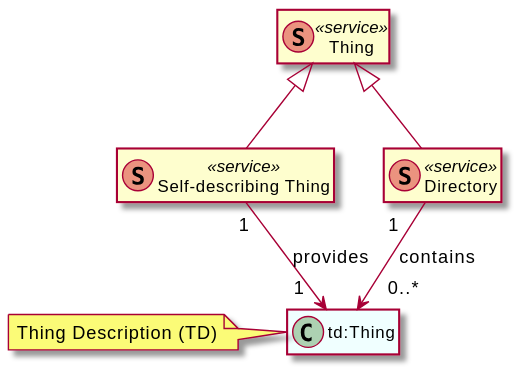
Earlier version of the PlantUML export publication/3-cr/images/exploration-class-diagram.svg (w3c/wot-discovery).
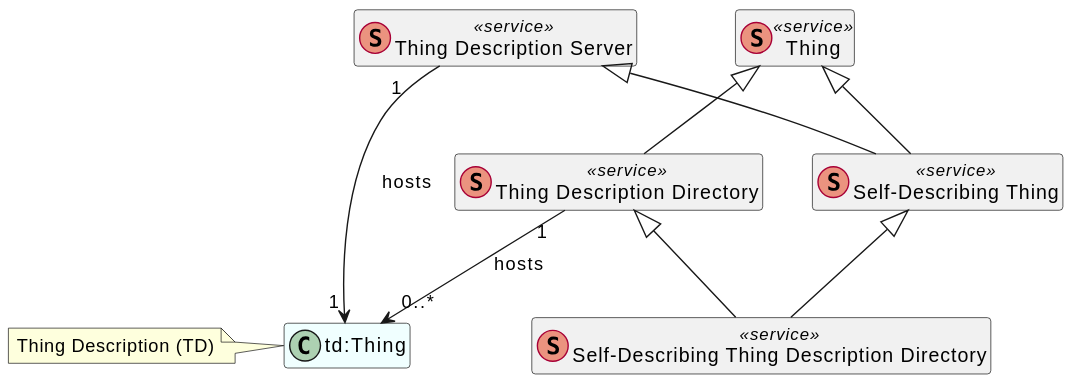
Later version of the same file.

What changed in the source:
```diff
@@ -2,19 +2,24 @@
 hide methods
 hide members
 
+class Server as "Thing Description Server" <<(S,#eb937f) service>>
+
 class Thing <<(S,#eb937f) service>>
 together {
-    class SelfDesc as "Self-describing Thing" <<(S,#eb937f) service>>
-    class Directory <<(S,#eb937f) service>>
+    class SelfDesc as "Self-Describing Thing" <<(S,#eb937f) service>>
+    class Directory as "Thing Description Directory" <<(S,#eb937f) service>>
+    class SelfDirectory as "Self-Describing Thing Description Directory" <<(S,#eb937f) service>>
 }
 
 class TD as "td:Thing" #Azure
 note left: Thing Description (TD)
 
 Thing <|-- SelfDesc
+Server <|-- SelfDesc
 Thing <|-- Directory
-SelfDesc "1" --> "1  " TD: provides
-Directory "1   " --> "   0..*" TD: contains
-
+Directory <|-- SelfDirectory
+SelfDesc <|-- SelfDirectory
+Directory "   1" --> "0..*   " TD: hosts
+Server "1   " --> "   1" TD: hosts
 
 @enduml
```
